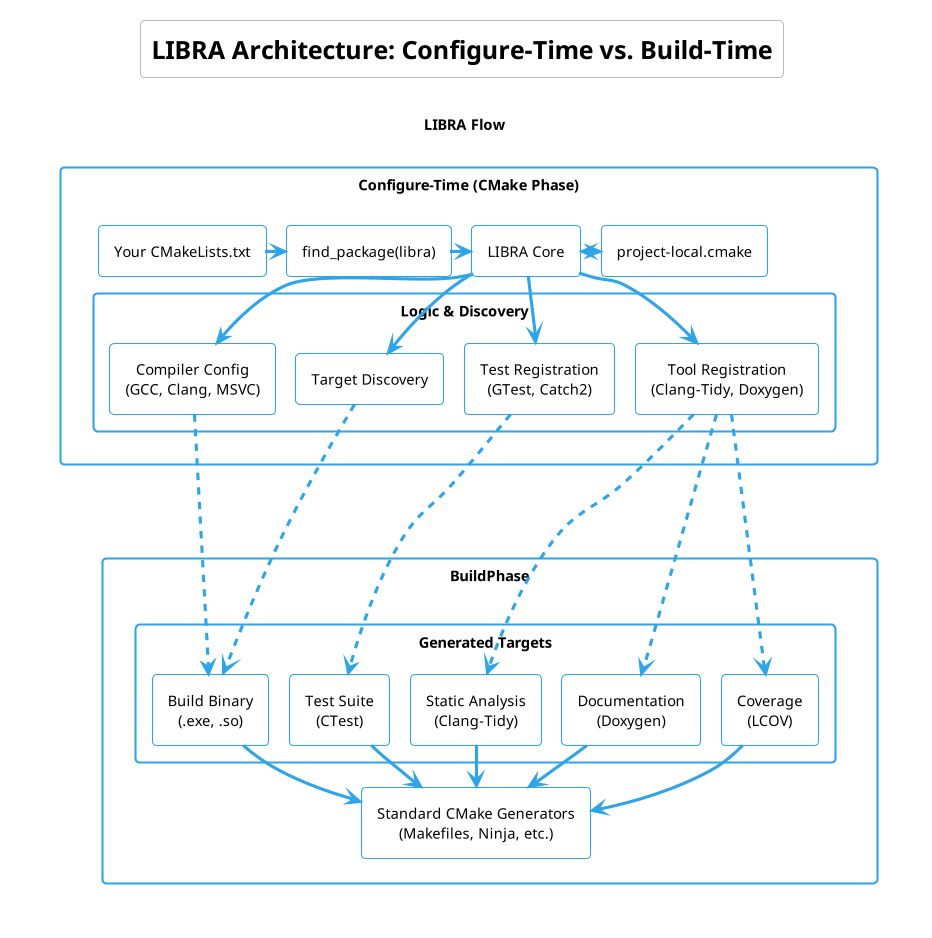
Above: docs/figures/arch.png in jharwell/libra (PlantUML), before the change.
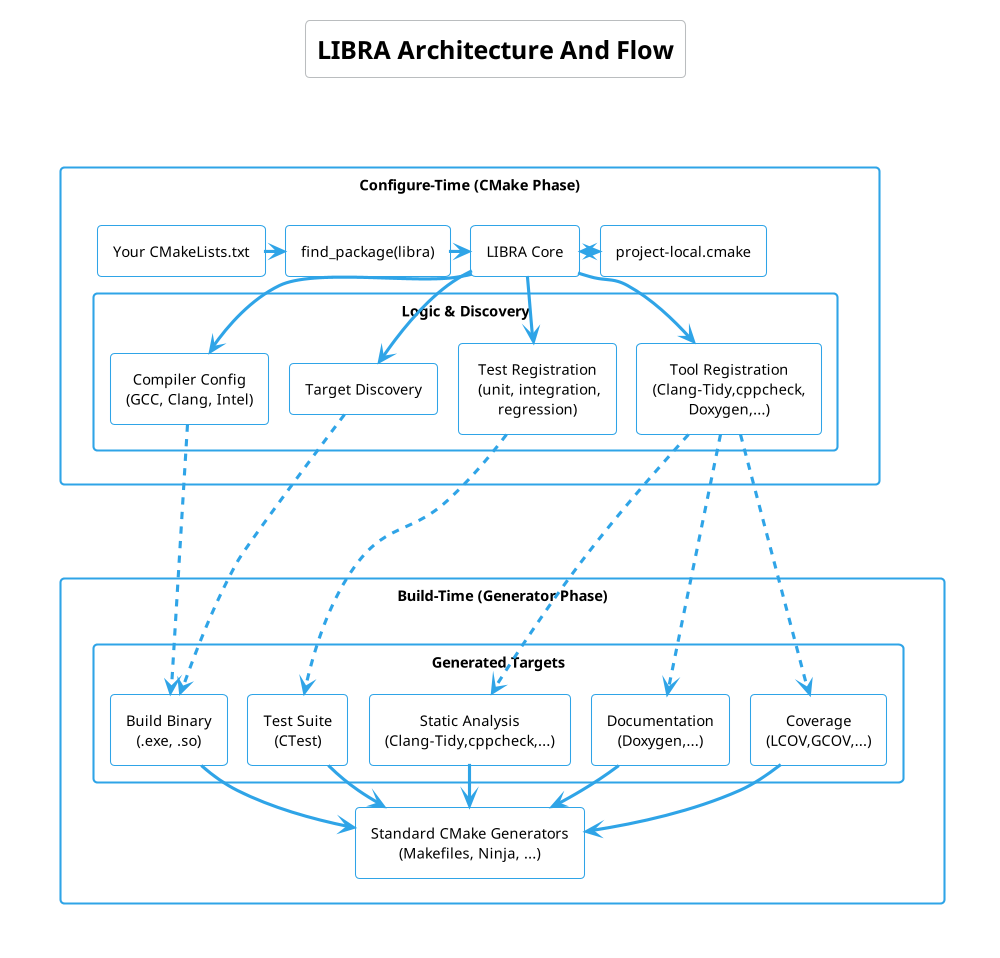
After the commit.

Change to the diagram source:
```diff
@@ -1,5 +1,5 @@
 @startuml
-title LIBRA Architecture: Configure-Time vs. Build-Time
+title LIBRA Architecture And Flow
 
 !theme cerulean-outline
 skinparam componentStyle rectangle
@@ -22,7 +22,7 @@
 skinparam nodesep 20
 skinparam ranksep 40
 
-node "LIBRA Flow" as Flow #transparent;line:transparent {
+node Flow #transparent;line:transparent;text:transparent {
 
     package "Configure-Time (CMake Phase)" as ConfigPhase {
         component "Your CMakeLists.txt" as CMake
@@ -31,10 +31,10 @@
         component "project-local.cmake" as Local
 
         package "Logic & Discovery" {
-            component "Compiler Config\n(GCC, Clang, MSVC)" as CompilerCfg
+            component "Compiler Config\n(GCC, Clang, Intel)" as CompilerCfg
             component "Target Discovery" as TargetCfg
-            component "Test Registration\n(GTest, Catch2)" as TestCfg
-            component "Tool Registration\n(Clang-Tidy, Doxygen)" as ToolCfg
+            component "Test Registration\n (unit, integration,\nregression)" as TestCfg
+            component "Tool Registration\n(Clang-Tidy,cppcheck,\nDoxygen,...)" as ToolCfg
         }
 
         CMake -> FindPkg
@@ -46,17 +46,16 @@
         Core --> ToolCfg
     }
 
-    ConfigPhase -[hidden]down- BuildPhase
 
     package "Build-Time (Generator Phase)" as BuildPhase {
-        component "Standard CMake Generators\n(Makefiles, Ninja, etc.)" as Gen
+        component "Standard CMake Generators\n(Makefiles, Ninja, ...)" as Gen
 
         package "Generated Targets" {
             component "Build Binary\n(.exe, .so)" as Build
             component "Test Suite\n(CTest)" as Test
-            component "Static Analysis\n(Clang-Tidy)" as Analyze
-            component "Documentation\n(Doxygen)" as Docs
-            component "Coverage\n(LCOV)" as Coverage
+            component "Static Analysis\n(Clang-Tidy,cppcheck,...)" as Analyze
+            component "Documentation\n(Doxygen,...)" as Docs
+            component "Coverage\n(LCOV,GCOV,...)" as Coverage
         }
 
         Build -down-> Gen
@@ -65,6 +64,7 @@
         Coverage -down-> Gen
         Docs -down-> Gen
     }
+        ConfigPhase -[hidden]down- BuildPhase
 }
 
 CompilerCfg ....> Build
```
